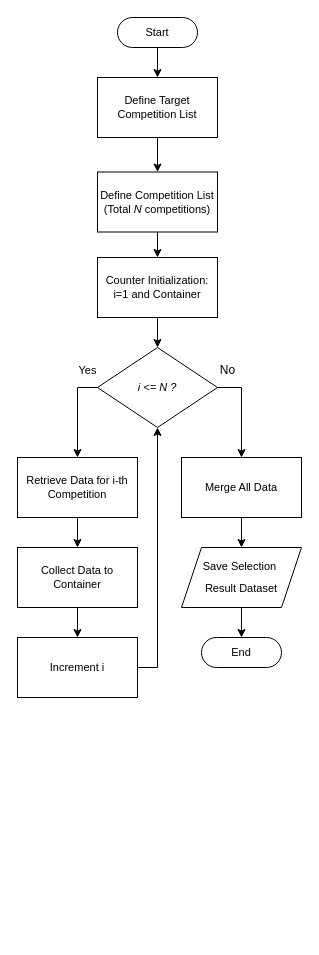
Before: diagrams/flowchart selection.drawio in fadhilra101/skripsi, a draw.io diagram. Source tidied: cells renumbered, new cells numbered last; positions are measured from the earlier drawing's top-left corner, leaving out a move shared by most shapes. Both pictures are drawn from the tidied source at 100%, with x=0, y=0 at pixel (17, 17).
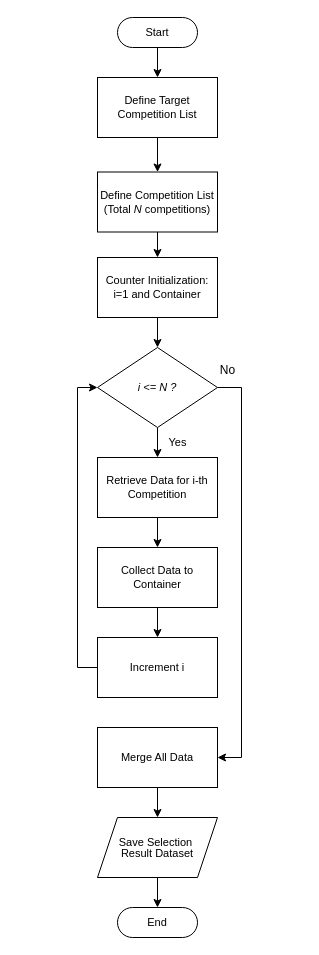
The same diagram, later.

Unchanged cells that the change refers to:
```xml
<mxCell id="12" value="&lt;i&gt;i &amp;lt;= N ?&lt;/i&gt;" style="rhombus;whiteSpace=wrap;html=1;fontSize=11;" parent="1" vertex="1">
  <mxGeometry x="80" y="330" width="120" height="80" as="geometry" />
</mxCell>
```

The edit, as a diff of the source:
```diff
@@
+    <mxCell id="11" style="edgeStyle=orthogonalEdgeStyle;rounded=0;jettySize=auto;html=1;entryX=1;entryY=0.5;entryDx=0;entryDy=0;fontSize=11;" parent="1" edge="1" source="12" target="21">
+      <mxGeometry relative="1" as="geometry">
+        <Array as="points">
+          <mxPoint x="224" y="370" />
+          <mxPoint x="224" y="740" />
+        </Array>
+      </mxGeometry>
+    </mxCell>
-    <mxCell id="10" style="edgeStyle=orthogonalEdgeStyle;rounded=0;jettySize=auto;html=1;entryX=0.5;entryY=0;entryDx=0;entryDy=0;fontSize=11;" parent="1" edge="1" source="12" target="14">
-      <mxGeometry relative="1" as="geometry">
-        <Array as="points">
-          <mxPoint x="60" y="370" />
-        </Array>
-      </mxGeometry>
+    <mxCell id="10" style="edgeStyle=orthogonalEdgeStyle;rounded=0;jettySize=auto;html=1;entryX=0.5;entryY=0;entryDx=0;entryDy=0;" parent="1" edge="1" source="12" target="14">
+      <mxGeometry relative="1" as="geometry" />
     </mxCell>
-    <mxCell id="11" style="edgeStyle=orthogonalEdgeStyle;rounded=0;jettySize=auto;html=1;entryX=0.5;entryY=0;entryDx=0;entryDy=0;fontSize=11;" parent="1" edge="1" source="12" target="21">
-      <mxGeometry relative="1" as="geometry">
-        <Array as="points">
-          <mxPoint x="224" y="370" />
-        </Array>
-      </mxGeometry>
-    </mxCell>
@@
     <mxCell id="14" value="Retrieve Data for i-th Competition" style="rounded=0;whiteSpace=wrap;html=1;fontSize=11;" parent="1" vertex="1">
-      <mxGeometry y="440" width="120" height="60" as="geometry" />
+      <mxGeometry x="80" y="440" width="120" height="60" as="geometry" />
     </mxCell>
@@
     <mxCell id="16" value="&lt;p&gt;Collect Data to Container&lt;/p&gt;" style="rounded=0;whiteSpace=wrap;html=1;fontSize=11;" parent="1" vertex="1">
-      <mxGeometry y="530" width="120" height="60" as="geometry" />
+      <mxGeometry x="80" y="530" width="120" height="60" as="geometry" />
     </mxCell>
-    <mxCell id="17" style="edgeStyle=orthogonalEdgeStyle;rounded=0;jettySize=auto;html=1;entryX=0.5;entryY=1;entryDx=0;entryDy=0;fontSize=11;" parent="1" edge="1" source="18" target="12">
+    <mxCell id="17" style="edgeStyle=orthogonalEdgeStyle;rounded=0;jettySize=auto;html=1;entryX=0;entryY=0.5;entryDx=0;entryDy=0;" parent="1" edge="1" source="18" target="12">
       <mxGeometry relative="1" as="geometry">
         <Array as="points">
-          <mxPoint x="140" y="650" />
+          <mxPoint x="60" y="650" />
+          <mxPoint x="60" y="370" />
         </Array>
       </mxGeometry>
     </mxCell>
     <mxCell id="18" value="Increment i" style="rounded=0;whiteSpace=wrap;html=1;fontSize=11;" parent="1" vertex="1">
-      <mxGeometry y="620" width="120" height="60" as="geometry" />
+      <mxGeometry x="80" y="620" width="120" height="60" as="geometry" />
     </mxCell>
     <mxCell id="19" value="Yes" style="text;html=1;align=center;verticalAlign=middle;strokeColor=none;fillColor=none;fontSize=11;" parent="1" vertex="1">
-      <mxGeometry x="50" y="338" width="40" height="30" as="geometry" />
+      <mxGeometry x="140" y="410" width="40" height="30" as="geometry" />
     </mxCell>
@@
     <mxCell id="21" value="&lt;p&gt;Merge All Data&lt;/p&gt;" style="rounded=0;whiteSpace=wrap;html=1;fontSize=11;" parent="1" vertex="1">
-      <mxGeometry x="164" y="440" width="120" height="60" as="geometry" />
+      <mxGeometry x="80" y="710" width="120" height="60" as="geometry" />
     </mxCell>
@@
-    <mxCell id="23" value="&lt;div style=&quot;line-height: 100%;&quot;&gt;&lt;p&gt;Save&amp;nbsp;&lt;span style=&quot;background-color: transparent; color: light-dark(rgb(0, 0, 0), rgb(255, 255, 255));&quot;&gt;Selection&amp;nbsp;&lt;/span&gt;&lt;/p&gt;&lt;p&gt;&lt;span style=&quot;background-color: transparent; color: light-dark(rgb(0, 0, 0), rgb(255, 255, 255));&quot;&gt;Result Dataset&lt;/span&gt;&lt;/p&gt;&lt;/div&gt;" style="shape=parallelogram;perimeter=parallelogramPerimeter;whiteSpace=wrap;html=1;fixedSize=1;fontSize=11;" parent="1" vertex="1">
-      <mxGeometry x="164" y="530" width="120" height="60" as="geometry" />
+    <mxCell id="23" value="&lt;div style=&quot;line-height: 0%;&quot;&gt;&lt;p&gt;Save&amp;nbsp;&lt;span style=&quot;background-color: transparent; color: light-dark(rgb(0, 0, 0), rgb(255, 255, 255));&quot;&gt;Selection&amp;nbsp;&lt;/span&gt;&lt;/p&gt;&lt;p&gt;&lt;span style=&quot;background-color: transparent; color: light-dark(rgb(0, 0, 0), rgb(255, 255, 255));&quot;&gt;Result Dataset&lt;/span&gt;&lt;/p&gt;&lt;/div&gt;" style="shape=parallelogram;perimeter=parallelogramPerimeter;whiteSpace=wrap;html=1;fixedSize=1;fontSize=11;" parent="1" vertex="1">
+      <mxGeometry x="80" y="800" width="120" height="60" as="geometry" />
     </mxCell>
     <mxCell id="24" value="End" style="html=1;dashed=0;whiteSpace=wrap;shape=mxgraph.dfd.start;fontSize=11;" parent="1" vertex="1">
-      <mxGeometry x="184" y="620" width="80" height="30" as="geometry" />
+      <mxGeometry x="100" y="890" width="80" height="30" as="geometry" />
     </mxCell>
```
